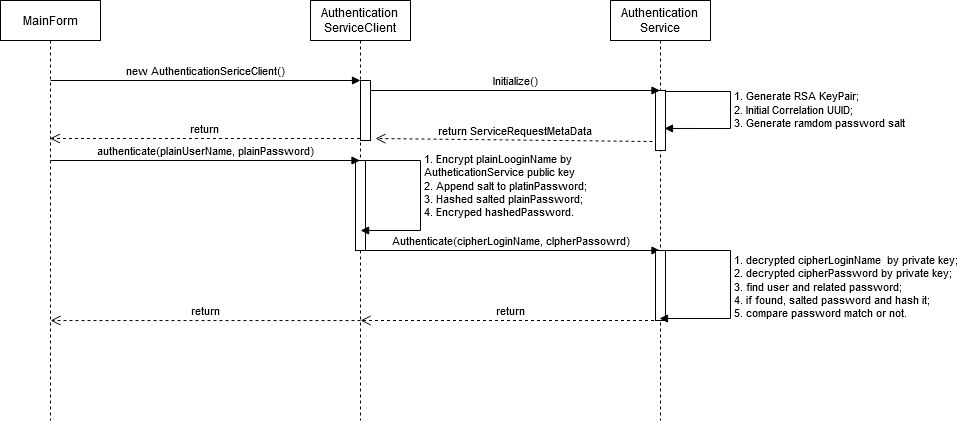
Before: img/SequenceDiagram.png, a diagram exported from draw.io (smling/security-authentication). Source tidied: cells renumbered, new cells last; positions are measured from the earlier drawing's top-left corner, leaving out a move shared by most shapes. Source of this version:
```xml
<mxGraphModel background="#ffffff">
  <root>
    <mxCell id="0" />
    <mxCell id="1" parent="0" />
    <mxCell id="2" value="Authentication&lt;br&gt;ServiceClient" style="shape=umlLifeline;perimeter=lifelinePerimeter;whiteSpace=wrap;html=1;outlineConnect=0;" parent="1" vertex="1">
      <mxGeometry x="310" width="100" height="420" as="geometry" />
    </mxCell>
    <mxCell id="3" style="html=1;points=[];perimeter=orthogonalPerimeter;" parent="2" vertex="1">
      <mxGeometry x="50" y="80" width="10" height="60" as="geometry" />
    </mxCell>
    <mxCell id="4" style="html=1;points=[];perimeter=orthogonalPerimeter;" parent="2" vertex="1">
      <mxGeometry x="45" y="160" width="10" height="90" as="geometry" />
    </mxCell>
    <mxCell id="5" value="1. Encrypt plainLooginName by&lt;br&gt;AutheticationService public key&lt;br&gt;&lt;div&gt;2. Append salt to platinPassword;&lt;/div&gt;&lt;div&gt;3. Hashed salted plainPassword;&lt;/div&gt;&lt;div&gt;4. Encryped hashedPassword.&lt;br&gt;&lt;/div&gt;" style="edgeStyle=orthogonalEdgeStyle;html=1;align=left;spacingLeft=2;endArrow=block;rounded=0;exitX=0.6;exitY=0;exitDx=0;exitDy=0;exitPerimeter=0;" parent="2" edge="1" source="4" target="2">
      <mxGeometry x="-0.11" relative="1" as="geometry">
        <Array as="points">
          <mxPoint x="110" y="160" />
          <mxPoint x="110" y="230" />
        </Array>
      </mxGeometry>
    </mxCell>
    <mxCell id="6" value="Authenticate(cipherLoginName, clpherPassowrd)" style="html=1;verticalAlign=bottom;endArrow=block;" parent="2" edge="1" target="7">
      <mxGeometry relative="1" as="geometry">
        <mxPoint x="50" y="250" as="sourcePoint" />
      </mxGeometry>
    </mxCell>
    <mxCell id="7" value="Authentication&lt;br&gt;Service" style="shape=umlLifeline;perimeter=lifelinePerimeter;whiteSpace=wrap;html=1;outlineConnect=0;" parent="1" vertex="1">
      <mxGeometry x="610" width="100" height="420" as="geometry" />
    </mxCell>
    <mxCell id="8" style="html=1;points=[];perimeter=orthogonalPerimeter;" parent="7" vertex="1">
      <mxGeometry x="45" y="90" width="10" height="60" as="geometry" />
    </mxCell>
    <mxCell id="9" value="1. Generate RSA KeyPair;&lt;br&gt;2. Initial Correlation UUID;&lt;br&gt;3. Generate ramdom password salt" style="edgeStyle=orthogonalEdgeStyle;html=1;align=left;spacingLeft=2;endArrow=block;rounded=0;entryX=0.9;entryY=0.633;entryDx=0;entryDy=0;entryPerimeter=0;exitX=0.98;exitY=-0.013;exitDx=0;exitDy=0;exitPerimeter=0;" parent="7" edge="1" source="8" target="8">
      <mxGeometry relative="1" as="geometry">
        <Array as="points">
          <mxPoint x="55" y="91" />
          <mxPoint x="120" y="91" />
          <mxPoint x="120" y="128" />
        </Array>
      </mxGeometry>
    </mxCell>
    <mxCell id="10" style="html=1;points=[];perimeter=orthogonalPerimeter;" parent="7" vertex="1">
      <mxGeometry x="45" y="250" width="10" height="70" as="geometry" />
    </mxCell>
    <mxCell id="11" value="&lt;div&gt;1. decrypted cipherLoginName&amp;nbsp; by private key;&lt;/div&gt;&lt;div&gt;2. decrypted cipherPassword by private key;&lt;/div&gt;&lt;div&gt;3. find user and related password;&lt;/div&gt;&lt;div&gt;4. if found, salted password and hash it;&lt;/div&gt;&lt;div&gt;5. compare password match or not.&lt;br&gt;&lt;/div&gt;" style="edgeStyle=orthogonalEdgeStyle;html=1;align=left;spacingLeft=2;endArrow=block;rounded=0;exitX=0.74;exitY=0;exitDx=0;exitDy=0;exitPerimeter=0;" parent="7" edge="1" source="10">
      <mxGeometry relative="1" as="geometry">
        <mxPoint x="49" y="318" as="targetPoint" />
        <Array as="points">
          <mxPoint x="120" y="250" />
          <mxPoint x="120" y="318" />
        </Array>
      </mxGeometry>
    </mxCell>
    <mxCell id="12" value="MainForm" style="shape=umlLifeline;perimeter=lifelinePerimeter;whiteSpace=wrap;html=1;outlineConnect=0;" parent="1" vertex="1">
      <mxGeometry width="100" height="420" as="geometry" />
    </mxCell>
    <mxCell id="13" value="authenticate(plainUserName, plainPassword)" style="html=1;verticalAlign=bottom;endArrow=block;" parent="12" edge="1" target="2">
      <mxGeometry relative="1" as="geometry">
        <mxPoint x="50" y="160" as="sourcePoint" />
      </mxGeometry>
    </mxCell>
    <mxCell id="14" value="new AuthenticationSericeClient()" style="html=1;verticalAlign=bottom;endArrow=block;entryX=0;entryY=0;" parent="1" edge="1" source="12" target="3">
      <mxGeometry relative="1" as="geometry" />
    </mxCell>
    <mxCell id="15" value="Initialize()" style="html=1;verticalAlign=bottom;endArrow=block;" parent="1" edge="1" target="7">
      <mxGeometry relative="1" as="geometry">
        <mxPoint x="370" y="90" as="sourcePoint" />
      </mxGeometry>
    </mxCell>
    <mxCell id="16" value="return ServiceRequestMetaData" style="html=1;verticalAlign=bottom;endArrow=open;dashed=1;endSize=8;exitX=-0.3;exitY=0.85;exitDx=0;exitDy=0;exitPerimeter=0;entryX=1.5;entryY=0.967;entryDx=0;entryDy=0;entryPerimeter=0;" parent="1" edge="1" source="8" target="3">
      <mxGeometry relative="1" as="geometry" />
    </mxCell>
    <mxCell id="17" value="return" style="html=1;verticalAlign=bottom;endArrow=open;dashed=1;endSize=8;" parent="1" edge="1">
      <mxGeometry relative="1" as="geometry">
        <mxPoint x="359.5" y="138" as="sourcePoint" />
        <mxPoint x="49.5" y="138" as="targetPoint" />
        <Array as="points">
          <mxPoint x="300" y="138" />
          <mxPoint x="120" y="138" />
        </Array>
      </mxGeometry>
    </mxCell>
    <mxCell id="18" value="return" style="html=1;verticalAlign=bottom;endArrow=open;dashed=1;endSize=8;" parent="1" edge="1" source="7">
      <mxGeometry relative="1" as="geometry">
        <mxPoint x="360.1" y="320" as="targetPoint" />
      </mxGeometry>
    </mxCell>
    <mxCell id="19" value="return" style="html=1;verticalAlign=bottom;endArrow=open;dashed=1;endSize=8;exitX=0.5;exitY=0.762;exitDx=0;exitDy=0;exitPerimeter=0;" parent="1" edge="1" source="2" target="12">
      <mxGeometry relative="1" as="geometry" />
    </mxCell>
  </root>
</mxGraphModel>
```
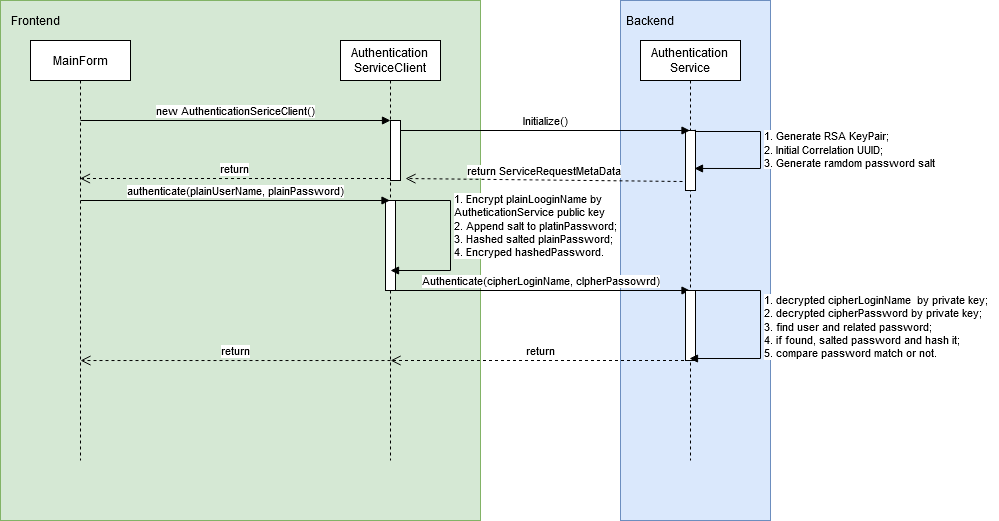
Above is the later version.

The edit, as a diff of the source:
```diff
@@ -2,6 +2,12 @@
   <root>
     <mxCell id="0" />
     <mxCell id="1" parent="0" />
+    <mxCell id="20" style="rounded=0;whiteSpace=wrap;html=1;fillColor=#dae8fc;strokeColor=#6c8ebf;" parent="1" vertex="1">
+      <mxGeometry x="590" y="-40" width="150" height="520" as="geometry" />
+    </mxCell>
+    <mxCell id="21" style="rounded=0;whiteSpace=wrap;html=1;fillColor=#d5e8d4;strokeColor=#82b366;" parent="1" vertex="1">
+      <mxGeometry x="-30" y="-40" width="480" height="520" as="geometry" />
+    </mxCell>
     <mxCell id="2" value="Authentication&lt;br&gt;ServiceClient" style="shape=umlLifeline;perimeter=lifelinePerimeter;whiteSpace=wrap;html=1;outlineConnect=0;" parent="1" vertex="1">
       <mxGeometry x="310" width="100" height="420" as="geometry" />
     </mxCell>
@@ -88,5 +94,11 @@
     <mxCell id="19" value="return" style="html=1;verticalAlign=bottom;endArrow=open;dashed=1;endSize=8;exitX=0.5;exitY=0.762;exitDx=0;exitDy=0;exitPerimeter=0;" parent="1" edge="1" source="2" target="12">
       <mxGeometry relative="1" as="geometry" />
     </mxCell>
+    <mxCell id="22" value="Frontend" style="text;html=1;strokeColor=none;fillColor=none;align=center;verticalAlign=middle;whiteSpace=wrap;rounded=0;" parent="1" vertex="1">
+      <mxGeometry x="-20" y="-30" width="50" height="20" as="geometry" />
+    </mxCell>
+    <mxCell id="23" value="Backend" style="text;html=1;strokeColor=none;fillColor=none;align=center;verticalAlign=middle;whiteSpace=wrap;rounded=0;" parent="1" vertex="1">
+      <mxGeometry x="600" y="-30" width="40" height="20" as="geometry" />
+    </mxCell>
   </root>
 </mxGraphModel>
```
